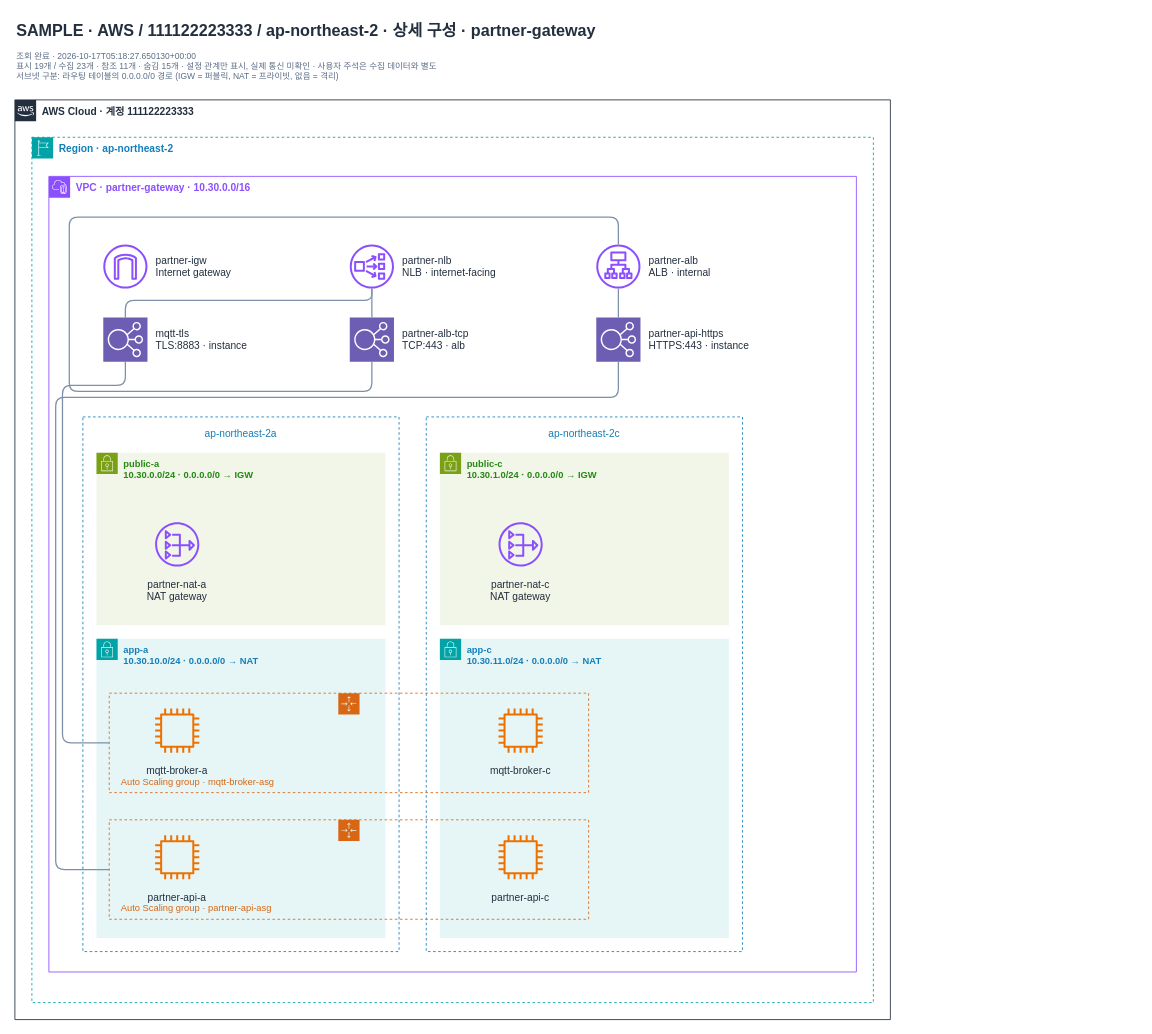
Above: page "vpc-0a1b2c3d4e5f60003" (2 of 2) of examples/samples/nlb-alb/topology.drawio in men16922/diagram-bot (draw.io), before the change. Source tidied: cells renumbered, new cells numbered last; positions are measured from the earlier drawing's top-left corner, leaving out a move shared by most shapes. Both pictures are drawn from the tidied source at 85%, with x=0, y=0 at pixel (14, 14).
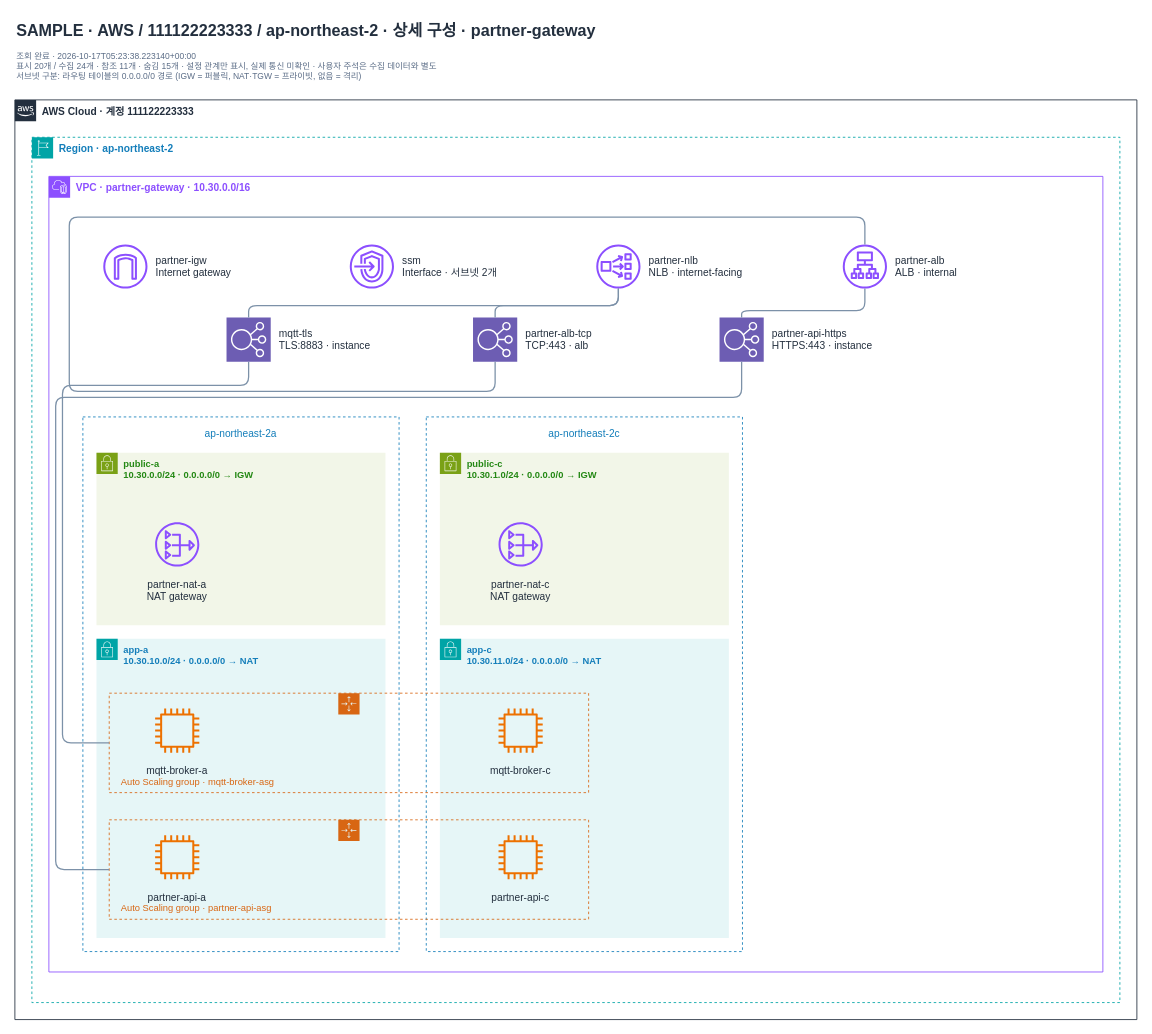
The same diagram, later.

Unchanged cells that the change refers to:
```xml
<mxCell id="25" value="Auto Scaling group · mqtt-broker-asg" style="html=0;fontFamily=Arial;fontSize=12;fontColor=#232F3E;outlineConnect=0;gradientColor=none;whiteSpace=wrap;shape=mxgraph.aws4.groupCenter;grIcon=mxgraph.aws4.group_auto_scaling_group;grStroke=1;strokeColor=#D86613;fillColor=none;fontColor=#D86613;dashed=1;align=left;spacingLeft=12;verticalAlign=bottom;spacingBottom=4;fontSize=11;" parent="6" vertex="1">
  <mxGeometry x="71" y="608" width="564" height="117" as="geometry" />
</mxCell>
<mxCell id="26" value="Auto Scaling group · partner-api-asg" style="html=0;fontFamily=Arial;fontSize=12;fontColor=#232F3E;outlineConnect=0;gradientColor=none;whiteSpace=wrap;shape=mxgraph.aws4.groupCenter;grIcon=mxgraph.aws4.group_auto_scaling_group;grStroke=1;strokeColor=#D86613;fillColor=none;fontColor=#D86613;dashed=1;align=left;spacingLeft=12;verticalAlign=bottom;spacingBottom=4;fontSize=11;" parent="6" vertex="1">
  <mxGeometry x="71" y="757" width="564" height="117" as="geometry" />
</mxCell>
```

Diff of the diagram source:
```diff
@@
-    <mxCell id="3" value="조회 완료 · 2026-10-17T05:18:27.650130+00:00&#10;표시 19개 / 수집 23개 · 참조 11개 · 숨김 15개 · 설정 관계만 표시, 실제 통신 미확인 · 사용자 주석은 수집 데이터와 별도&#10;서브넷 구분: 라우팅 테이블의 0.0.0.0/0 경로 (IGW = 퍼블릭, NAT = 프라이빗, 없음 = 격리)" style="html=0;fontFamily=Arial;fontSize=12;fontColor=#232F3E;text;align=left;verticalAlign=top;whiteSpace=wrap;fontSize=10;fontColor=#5A6C86;strokeColor=none;fillColor=none;" parent="1" vertex="1">
+    <mxCell id="3" value="조회 완료 · 2026-10-17T05:23:38.223140+00:00&#10;표시 20개 / 수집 24개 · 참조 11개 · 숨김 15개 · 설정 관계만 표시, 실제 통신 미확인 · 사용자 주석은 수집 데이터와 별도&#10;서브넷 구분: 라우팅 테이블의 0.0.0.0/0 경로 (IGW = 퍼블릭, NAT·TGW = 프라이빗, 없음 = 격리)" style="html=0;fontFamily=Arial;fontSize=12;fontColor=#232F3E;text;align=left;verticalAlign=top;whiteSpace=wrap;fontSize=10;fontColor=#5A6C86;strokeColor=none;fillColor=none;" parent="1" vertex="1">
       <mxGeometry y="36" width="960" height="42" as="geometry" />
     </mxCell>
     <mxCell id="4" value="AWS Cloud · 계정 111122223333" style="html=0;fontFamily=Arial;fontSize=12;fontColor=#232F3E;gradientColor=none;whiteSpace=wrap;fontStyle=1;shape=mxgraph.aws4.group;verticalAlign=top;align=left;spacingLeft=30;grIcon=mxgraph.aws4.group_aws_cloud_alt;strokeColor=#232F3E;fillColor=none;fontColor=#232F3E;dashed=0;" parent="1" vertex="1">
-      <mxGeometry y="100" width="1030" height="1082" as="geometry" />
+      <mxGeometry y="100" width="1320" height="1082" as="geometry" />
     </mxCell>
     <mxCell id="5" value="Region · ap-northeast-2" style="html=0;fontFamily=Arial;fontSize=12;fontColor=#232F3E;gradientColor=none;whiteSpace=wrap;fontStyle=1;shape=mxgraph.aws4.group;verticalAlign=top;align=left;spacingLeft=30;grIcon=mxgraph.aws4.group_region;strokeColor=#00A4A6;fillColor=none;fontColor=#147EBA;dashed=1;" parent="4" vertex="1">
-      <mxGeometry x="20" y="44" width="990" height="1018" as="geometry" />
+      <mxGeometry x="20" y="44" width="1280" height="1018" as="geometry" />
     </mxCell>
     <mxCell id="6" value="VPC  ·  partner-gateway  ·  10.30.0.0/16" style="html=0;fontFamily=Arial;fontSize=12;fontColor=#232F3E;gradientColor=none;whiteSpace=wrap;fontStyle=1;shape=mxgraph.aws4.group;verticalAlign=top;align=left;spacingLeft=30;grIcon=mxgraph.aws4.group_vpc2;strokeColor=#8C4FFF;fillColor=none;fontColor=#8C4FFF;dashed=0;" parent="5" vertex="1">
-      <mxGeometry x="20" y="46" width="950" height="936" as="geometry" />
+      <mxGeometry x="20" y="46" width="1240" height="936" as="geometry" />
     </mxCell>
@@
+    <mxCell id="33" value="ssm&#10;Interface · 서브넷 2개" style="html=0;fontFamily=Arial;fontSize=12;fontColor=#232F3E;whiteSpace=wrap;labelWidth=170;labelPosition=right;verticalLabelPosition=middle;align=left;verticalAlign=middle;spacingLeft=8;shape=mxgraph.aws4.endpoints;fillColor=#8C4FFF;strokeColor=none;gradientColor=none;" parent="6" vertex="1">
+      <mxGeometry x="354" y="80" width="52" height="52" as="geometry" />
+    </mxCell>
     <mxCell id="8" value="partner-nlb&#10;NLB · internet-facing" style="html=0;fontFamily=Arial;fontSize=12;fontColor=#232F3E;whiteSpace=wrap;labelWidth=170;labelPosition=right;verticalLabelPosition=middle;align=left;verticalAlign=middle;spacingLeft=8;shape=mxgraph.aws4.network_load_balancer;fillColor=#8C4FFF;strokeColor=none;gradientColor=none;outlineConnect=0;" parent="6" vertex="1">
-      <mxGeometry x="354" y="80" width="52" height="52" as="geometry" />
+      <mxGeometry x="644" y="80" width="52" height="52" as="geometry" />
     </mxCell>
     <mxCell id="9" value="partner-alb&#10;ALB · internal" style="html=0;fontFamily=Arial;fontSize=12;fontColor=#232F3E;whiteSpace=wrap;labelWidth=170;labelPosition=right;verticalLabelPosition=middle;align=left;verticalAlign=middle;spacingLeft=8;shape=mxgraph.aws4.application_load_balancer;fillColor=#8C4FFF;strokeColor=none;gradientColor=none;outlineConnect=0;" parent="6" vertex="1">
-      <mxGeometry x="644" y="80" width="52" height="52" as="geometry" />
+      <mxGeometry x="934" y="80" width="52" height="52" as="geometry" />
     </mxCell>
     <mxCell id="10" value="mqtt-tls&#10;TLS:8883 · instance" style="html=0;fontFamily=Arial;fontSize=12;fontColor=#232F3E;whiteSpace=wrap;labelWidth=170;labelPosition=right;verticalLabelPosition=middle;align=left;verticalAlign=middle;spacingLeft=8;shape=mxgraph.aws4.resourceIcon;resIcon=mxgraph.aws4.elastic_load_balancing;fillColor=#6D5DB3;strokeColor=#FFFFFF;gradientColor=none;" parent="6" vertex="1">
-      <mxGeometry x="64" y="166" width="52" height="52" as="geometry" />
+      <mxGeometry x="209" y="166" width="52" height="52" as="geometry" />
     </mxCell>
     <mxCell id="11" value="partner-alb-tcp&#10;TCP:443 · alb" style="html=0;fontFamily=Arial;fontSize=12;fontColor=#232F3E;whiteSpace=wrap;labelWidth=170;labelPosition=right;verticalLabelPosition=middle;align=left;verticalAlign=middle;spacingLeft=8;shape=mxgraph.aws4.resourceIcon;resIcon=mxgraph.aws4.elastic_load_balancing;fillColor=#6D5DB3;strokeColor=#FFFFFF;gradientColor=none;" parent="6" vertex="1">
-      <mxGeometry x="354" y="166" width="52" height="52" as="geometry" />
+      <mxGeometry x="499" y="166" width="52" height="52" as="geometry" />
     </mxCell>
     <mxCell id="12" value="partner-api-https&#10;HTTPS:443 · instance" style="html=0;fontFamily=Arial;fontSize=12;fontColor=#232F3E;whiteSpace=wrap;labelWidth=170;labelPosition=right;verticalLabelPosition=middle;align=left;verticalAlign=middle;spacingLeft=8;shape=mxgraph.aws4.resourceIcon;resIcon=mxgraph.aws4.elastic_load_balancing;fillColor=#6D5DB3;strokeColor=#FFFFFF;gradientColor=none;" parent="6" vertex="1">
-      <mxGeometry x="644" y="166" width="52" height="52" as="geometry" />
+      <mxGeometry x="789" y="166" width="52" height="52" as="geometry" />
     </mxCell>
@@
     <mxCell id="27" style="exitX=0.5;exitY=0;entryX=0.5;entryY=1;edgeStyle=orthogonalEdgeStyle;rounded=1;html=0;fontFamily=Arial;fontSize=9;fontColor=#536A82;strokeColor=#7C91A8;strokeWidth=1.5;endArrow=none;labelBackgroundColor=#FFFFFF;" parent="1" edge="1" source="12" target="9">
       <mxGeometry relative="1" as="geometry">
         <Array as="points">
-          <mxPoint x="710" y="342" />
-          <mxPoint x="710" y="342" />
+          <mxPoint x="855" y="348" />
+          <mxPoint x="1000" y="348" />
         </Array>
       </mxGeometry>
     </mxCell>
     <mxCell id="28" style="exitX=0.5;exitY=0;entryX=0.5;entryY=1;edgeStyle=orthogonalEdgeStyle;rounded=1;html=0;fontFamily=Arial;fontSize=9;fontColor=#536A82;strokeColor=#7C91A8;strokeWidth=1.5;endArrow=none;labelBackgroundColor=#FFFFFF;" parent="1" edge="1" source="10" target="8">
       <mxGeometry relative="1" as="geometry">
         <Array as="points">
-          <mxPoint x="130" y="336" />
-          <mxPoint x="420" y="336" />
+          <mxPoint x="275" y="342" />
+          <mxPoint x="710" y="342" />
         </Array>
       </mxGeometry>
     </mxCell>
     <mxCell id="29" style="exitX=0.5;exitY=1;entryX=0.500;entryY=0;edgeStyle=orthogonalEdgeStyle;rounded=1;html=0;fontFamily=Arial;fontSize=9;fontColor=#536A82;strokeColor=#7C91A8;strokeWidth=1.5;endArrow=none;labelBackgroundColor=#FFFFFF;" parent="1" edge="1" source="11" target="9">
       <mxGeometry relative="1" as="geometry">
         <Array as="points">
-          <mxPoint x="420" y="443" />
+          <mxPoint x="565" y="443" />
           <mxPoint x="64" y="443" />
           <mxPoint x="64" y="238" />
-          <mxPoint x="710" y="238" />
+          <mxPoint x="1000" y="238" />
         </Array>
       </mxGeometry>
     </mxCell>
     <mxCell id="30" style="exitX=0.5;exitY=0;entryX=0.5;entryY=1;edgeStyle=orthogonalEdgeStyle;rounded=1;html=0;fontFamily=Arial;fontSize=9;fontColor=#536A82;strokeColor=#7C91A8;strokeWidth=1.5;endArrow=none;labelBackgroundColor=#FFFFFF;" parent="1" edge="1" source="11" target="8">
       <mxGeometry relative="1" as="geometry">
         <Array as="points">
-          <mxPoint x="420" y="336" />
-          <mxPoint x="420" y="336" />
+          <mxPoint x="565" y="342" />
+          <mxPoint x="710" y="342" />
         </Array>
       </mxGeometry>
     </mxCell>
     <mxCell id="31" style="exitX=0;exitY=0.500;entryX=0.5;entryY=1;edgeStyle=orthogonalEdgeStyle;rounded=1;html=0;fontFamily=Arial;fontSize=9;fontColor=#536A82;strokeColor=#7C91A8;strokeWidth=1.5;endArrow=none;labelBackgroundColor=#FFFFFF;" parent="1" edge="1" source="26" target="12">
       <mxGeometry relative="1" as="geometry">
         <Array as="points">
           <mxPoint x="48" y="1005.5" />
           <mxPoint x="48" y="450" />
-          <mxPoint x="710" y="450" />
+          <mxPoint x="855" y="450" />
         </Array>
       </mxGeometry>
     </mxCell>
     <mxCell id="32" style="exitX=0;exitY=0.500;entryX=0.5;entryY=1;edgeStyle=orthogonalEdgeStyle;rounded=1;html=0;fontFamily=Arial;fontSize=9;fontColor=#536A82;strokeColor=#7C91A8;strokeWidth=1.5;endArrow=none;labelBackgroundColor=#FFFFFF;" parent="1" edge="1" source="25" target="10">
       <mxGeometry relative="1" as="geometry">
         <Array as="points">
           <mxPoint x="56" y="856.5" />
           <mxPoint x="56" y="436" />
-          <mxPoint x="130" y="436" />
+          <mxPoint x="275" y="436" />
         </Array>
       </mxGeometry>
     </mxCell>
```
